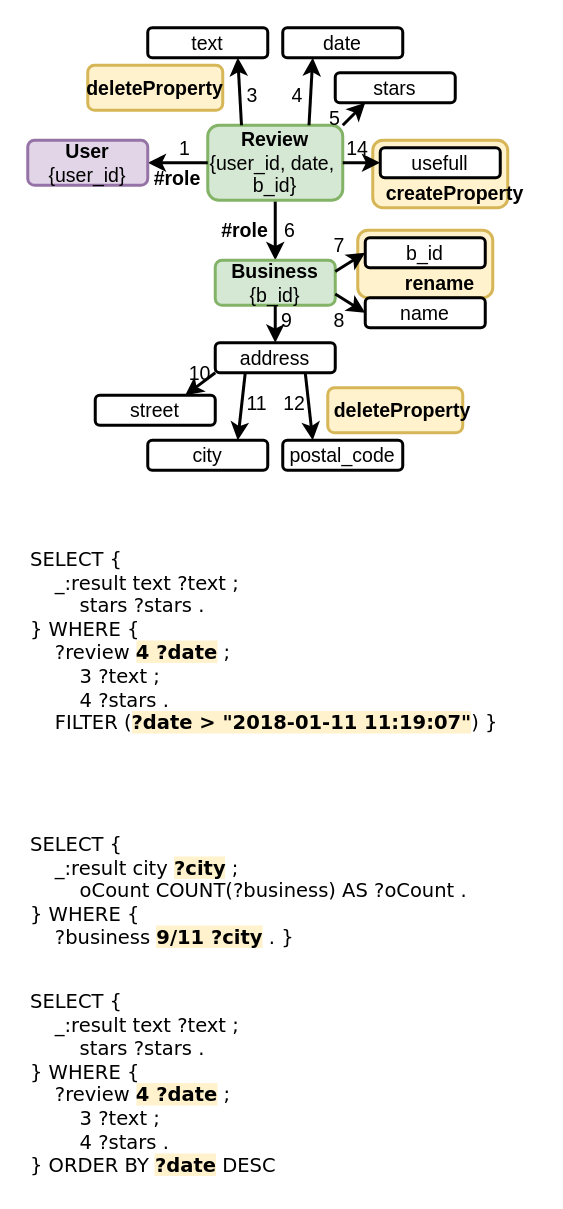
Above: page "c" (3 of 4) of papers/rcis_2025/figures-sources/strategies.drawio in tuaki/phd-thesis (draw.io), before the change. Source tidied: cells renumbered, new cells numbered last; positions are measured from the earlier drawing's top-left corner, leaving out a move shared by most shapes. Both pictures are drawn from the tidied source at 150%, with x=0, y=0 at pixel (26, 26).
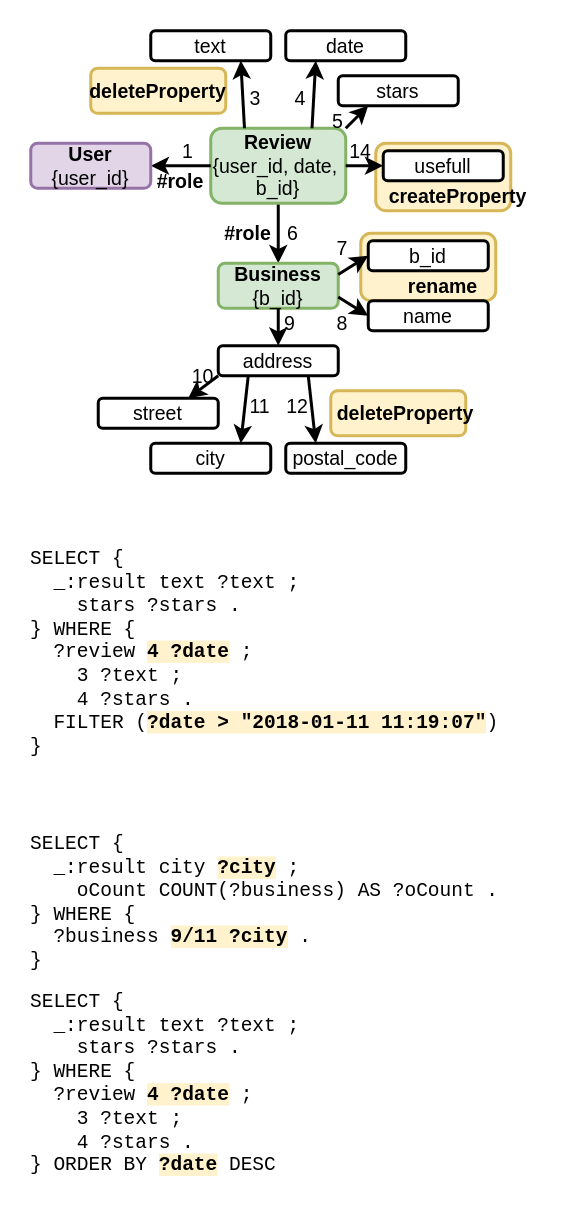
After the change.

What changed in the source:
```diff
@@
-    <mxCell id="2" style="rounded=0;whiteSpace=wrap;html=1;fillColor=none;strokeColor=none;" parent="1" vertex="1">
-      <mxGeometry width="337" height="772" as="geometry" />
-    </mxCell>
     <mxCell id="3" style="group;fontSize=13;" parent="1" vertex="1">
-      <mxGeometry x="1" y="1" width="335" height="295" as="geometry" />
+      <mxGeometry x="3" y="3" width="335" height="295" as="geometry" />
     </mxCell>
@@
-    <mxCell id="51" value="&lt;font face=&quot;Verdana&quot;&gt;SELECT {&lt;/font&gt;&lt;div&gt;&lt;font face=&quot;Verdana&quot;&gt;&amp;nbsp; &amp;nbsp; _:result text ?text ;&lt;/font&gt;&lt;/div&gt;&lt;div&gt;&lt;font face=&quot;Verdana&quot;&gt;&lt;span style=&quot;background-color: initial;&quot;&gt;&amp;nbsp; &amp;nbsp; &amp;nbsp; &amp;nbsp; stars ?stars .&lt;/span&gt;&lt;/font&gt;&lt;/div&gt;&lt;div&gt;&lt;div&gt;&lt;font face=&quot;Verdana&quot;&gt;} WHERE {&lt;/font&gt;&lt;/div&gt;&lt;div&gt;&lt;font face=&quot;Verdana&quot;&gt;&amp;nbsp; &amp;nbsp; ?review &lt;b style=&quot;background-color: rgb(255, 242, 204);&quot;&gt;4 &lt;/b&gt;&lt;b style=&quot;&quot;&gt;&lt;span style=&quot;background-color: rgb(255, 242, 204);&quot;&gt;?date&lt;/span&gt;&lt;/b&gt; ;&lt;/font&gt;&lt;/div&gt;&lt;div&gt;&lt;font face=&quot;Verdana&quot;&gt;&lt;span style=&quot;background-color: initial;&quot;&gt;&amp;nbsp; &amp;nbsp; &amp;nbsp; &amp;nbsp; 3 ?text ;&lt;/span&gt;&lt;/font&gt;&lt;/div&gt;&lt;div&gt;&lt;font face=&quot;Verdana&quot;&gt;&lt;span style=&quot;background-color: initial;&quot;&gt;&amp;nbsp; &amp;nbsp; &amp;nbsp; &amp;nbsp; 4 ?stars .&lt;/span&gt;&lt;/font&gt;&lt;/div&gt;&lt;div&gt;&lt;font face=&quot;Verdana&quot;&gt;&amp;nbsp; &amp;nbsp; FILTER (&lt;b style=&quot;background-color: rgb(255, 242, 204);&quot;&gt;?date &amp;gt; &quot;2018-01-11 11:19:07&quot;&lt;/b&gt;)&amp;nbsp;&lt;/font&gt;&lt;span style=&quot;font-family: Verdana; background-color: initial;&quot;&gt;}&lt;/span&gt;&lt;/div&gt;&lt;/div&gt;" style="text;html=1;align=left;verticalAlign=top;whiteSpace=wrap;rounded=0;fontFamily=Tahoma;fontSize=13;" parent="1" vertex="1">
-      <mxGeometry x="1" y="341" width="335" height="140" as="geometry" />
+    <mxCell id="51" value="&lt;font&gt;SELECT {&lt;/font&gt;&lt;div&gt;&lt;font&gt;&amp;nbsp; _:result text ?text ;&lt;/font&gt;&lt;/div&gt;&lt;div&gt;&lt;font&gt;&lt;span style=&quot;background-color: initial;&quot;&gt;&amp;nbsp; &amp;nbsp; stars ?stars .&lt;/span&gt;&lt;/font&gt;&lt;/div&gt;&lt;div&gt;&lt;div&gt;&lt;font&gt;} WHERE {&lt;/font&gt;&lt;/div&gt;&lt;div&gt;&lt;font&gt;&amp;nbsp; ?review &lt;b style=&quot;background-color: rgb(255, 242, 204);&quot;&gt;4 &lt;/b&gt;&lt;b style=&quot;&quot;&gt;&lt;span style=&quot;background-color: rgb(255, 242, 204);&quot;&gt;?date&lt;/span&gt;&lt;/b&gt; ;&lt;/font&gt;&lt;/div&gt;&lt;div&gt;&lt;font&gt;&lt;span style=&quot;background-color: initial;&quot;&gt;&amp;nbsp; &amp;nbsp; 3 ?text ;&lt;/span&gt;&lt;/font&gt;&lt;/div&gt;&lt;div&gt;&lt;font&gt;&lt;span style=&quot;background-color: initial;&quot;&gt;&amp;nbsp; &amp;nbsp; 4 ?stars .&lt;/span&gt;&lt;/font&gt;&lt;/div&gt;&lt;div&gt;&lt;font&gt;&amp;nbsp; FILTER (&lt;b style=&quot;background-color: rgb(255, 242, 204);&quot;&gt;?date &amp;gt; &quot;2018-01-11 11:19:07&quot;&lt;/b&gt;)&lt;/font&gt;&lt;/div&gt;&lt;div&gt;&lt;span style=&quot;background-color: initial;&quot;&gt;}&lt;/span&gt;&lt;/div&gt;&lt;/div&gt;" style="text;html=1;align=left;verticalAlign=top;whiteSpace=wrap;rounded=0;fontFamily=Courier New;fontSize=13;" parent="1" vertex="1">
+      <mxGeometry x="1" y="341" width="340" height="140" as="geometry" />
     </mxCell>
-    <mxCell id="52" value="&lt;font face=&quot;Verdana&quot;&gt;SELECT {&lt;/font&gt;&lt;div&gt;&lt;font face=&quot;Verdana&quot;&gt;&amp;nbsp; &amp;nbsp; _:result text ?text ;&amp;nbsp;&lt;/font&gt;&lt;/div&gt;&lt;div&gt;&lt;span style=&quot;background-color: initial;&quot;&gt;&lt;font face=&quot;Verdana&quot;&gt;&amp;nbsp; &amp;nbsp; &amp;nbsp; &amp;nbsp; stars ?stars .&lt;/font&gt;&lt;/span&gt;&lt;/div&gt;&lt;div&gt;&lt;div&gt;&lt;font face=&quot;Verdana&quot;&gt;} WHERE {&lt;/font&gt;&lt;/div&gt;&lt;div&gt;&lt;font face=&quot;Verdana&quot;&gt;&amp;nbsp; &amp;nbsp; ?review &lt;b style=&quot;background-color: rgb(255, 242, 204);&quot;&gt;4 &lt;/b&gt;&lt;b style=&quot;&quot;&gt;&lt;span style=&quot;background-color: rgb(255, 242, 204);&quot;&gt;?date&lt;/span&gt;&lt;/b&gt; ;&amp;nbsp;&lt;/font&gt;&lt;/div&gt;&lt;div&gt;&lt;span style=&quot;background-color: initial;&quot;&gt;&lt;font face=&quot;Verdana&quot;&gt;&amp;nbsp; &amp;nbsp; &amp;nbsp; &amp;nbsp; 3 ?text ;&amp;nbsp;&lt;/font&gt;&lt;/span&gt;&lt;/div&gt;&lt;div&gt;&lt;span style=&quot;background-color: initial;&quot;&gt;&lt;font face=&quot;Verdana&quot;&gt;&amp;nbsp; &amp;nbsp; &amp;nbsp; &amp;nbsp; 4 ?stars .&lt;/font&gt;&lt;/span&gt;&lt;/div&gt;&lt;div&gt;&lt;font face=&quot;Verdana&quot;&gt;} ORDER BY &lt;b style=&quot;background-color: rgb(255, 242, 204);&quot;&gt;?date&lt;/b&gt; DESC&lt;/font&gt;&lt;/div&gt;&lt;/div&gt;" style="text;html=1;align=left;verticalAlign=top;whiteSpace=wrap;rounded=0;fontFamily=Tahoma;fontSize=13;" parent="1" vertex="1">
-      <mxGeometry x="1" y="636" width="335" height="135" as="geometry" />
+    <mxCell id="52" value="&lt;font&gt;SELECT {&lt;/font&gt;&lt;div&gt;&lt;font&gt;&amp;nbsp; _:result text ?text ;&amp;nbsp;&lt;/font&gt;&lt;/div&gt;&lt;div&gt;&lt;span style=&quot;background-color: initial;&quot;&gt;&lt;font&gt;&amp;nbsp; &amp;nbsp; stars ?stars .&lt;/font&gt;&lt;/span&gt;&lt;/div&gt;&lt;div&gt;&lt;div&gt;&lt;font&gt;} WHERE {&lt;/font&gt;&lt;/div&gt;&lt;div&gt;&lt;font&gt;&amp;nbsp; ?review &lt;b style=&quot;background-color: rgb(255, 242, 204);&quot;&gt;4 &lt;/b&gt;&lt;b style=&quot;&quot;&gt;&lt;span style=&quot;background-color: rgb(255, 242, 204);&quot;&gt;?date&lt;/span&gt;&lt;/b&gt; ;&amp;nbsp;&lt;/font&gt;&lt;/div&gt;&lt;div&gt;&lt;span style=&quot;background-color: initial;&quot;&gt;&lt;font&gt;&amp;nbsp; &amp;nbsp; 3 ?text ;&amp;nbsp;&lt;/font&gt;&lt;/span&gt;&lt;/div&gt;&lt;div&gt;&lt;span style=&quot;background-color: initial;&quot;&gt;&lt;font&gt;&amp;nbsp; &amp;nbsp; 4 ?stars .&lt;/font&gt;&lt;/span&gt;&lt;/div&gt;&lt;div&gt;&lt;font&gt;} ORDER BY &lt;b style=&quot;background-color: rgb(255, 242, 204);&quot;&gt;?date&lt;/b&gt; DESC&lt;/font&gt;&lt;/div&gt;&lt;/div&gt;" style="text;html=1;align=left;verticalAlign=top;whiteSpace=wrap;rounded=0;fontFamily=Courier New;fontSize=13;" parent="1" vertex="1">
+      <mxGeometry x="1" y="636" width="340" height="135" as="geometry" />
     </mxCell>
-    <mxCell id="53" value="&lt;font face=&quot;Verdana&quot;&gt;SELECT {&lt;/font&gt;&lt;div&gt;&lt;font face=&quot;Verdana&quot;&gt;&amp;nbsp; &amp;nbsp; _:result city &lt;b style=&quot;background-color: rgb(255, 242, 204);&quot;&gt;?city&lt;/b&gt; ;&lt;/font&gt;&lt;/div&gt;&lt;div&gt;&lt;font face=&quot;Verdana&quot;&gt;&amp;nbsp; &amp;nbsp; &amp;nbsp; &amp;nbsp; oCount COUNT(?business) AS ?oCount .&lt;br&gt;&lt;/font&gt;&lt;div&gt;&lt;font face=&quot;Verdana&quot;&gt;} WHERE {&lt;/font&gt;&lt;/div&gt;&lt;div&gt;&lt;font face=&quot;Verdana&quot;&gt;&amp;nbsp; &amp;nbsp; ?business &lt;b style=&quot;background-color: rgb(255, 242, 204);&quot;&gt;9/11 &lt;/b&gt;&lt;b style=&quot;&quot;&gt;&lt;span style=&quot;background-color: rgb(255, 242, 204);&quot;&gt;?city&lt;/span&gt;&lt;/b&gt; .&amp;nbsp;&lt;/font&gt;&lt;span style=&quot;font-family: Verdana; background-color: initial;&quot;&gt;}&lt;/span&gt;&lt;/div&gt;&lt;/div&gt;" style="text;html=1;align=left;verticalAlign=top;whiteSpace=wrap;rounded=0;fontFamily=Tahoma;fontSize=13;" parent="1" vertex="1">
-      <mxGeometry x="1" y="531" width="335" height="100" as="geometry" />
+    <mxCell id="53" value="&lt;font&gt;SELECT {&lt;/font&gt;&lt;div&gt;&lt;font&gt;&amp;nbsp; _:result city &lt;b style=&quot;background-color: rgb(255, 242, 204);&quot;&gt;?city&lt;/b&gt; ;&lt;/font&gt;&lt;/div&gt;&lt;div&gt;&lt;font&gt;&amp;nbsp; &amp;nbsp; oCount COUNT(?business) AS ?oCount .&lt;br&gt;&lt;/font&gt;&lt;div&gt;&lt;font&gt;} WHERE {&lt;/font&gt;&lt;/div&gt;&lt;div&gt;&lt;font&gt;&amp;nbsp; ?business &lt;b style=&quot;background-color: rgb(255, 242, 204);&quot;&gt;9/11 &lt;/b&gt;&lt;b style=&quot;&quot;&gt;&lt;span style=&quot;background-color: rgb(255, 242, 204);&quot;&gt;?city&lt;/span&gt;&lt;/b&gt; .&lt;/font&gt;&lt;/div&gt;&lt;div&gt;&lt;span style=&quot;background-color: initial;&quot;&gt;}&lt;/span&gt;&lt;/div&gt;&lt;/div&gt;" style="text;html=1;align=left;verticalAlign=top;whiteSpace=wrap;rounded=0;fontFamily=Courier New;fontSize=13;" parent="1" vertex="1">
+      <mxGeometry x="1" y="531" width="340" height="100" as="geometry" />
     </mxCell>
```
